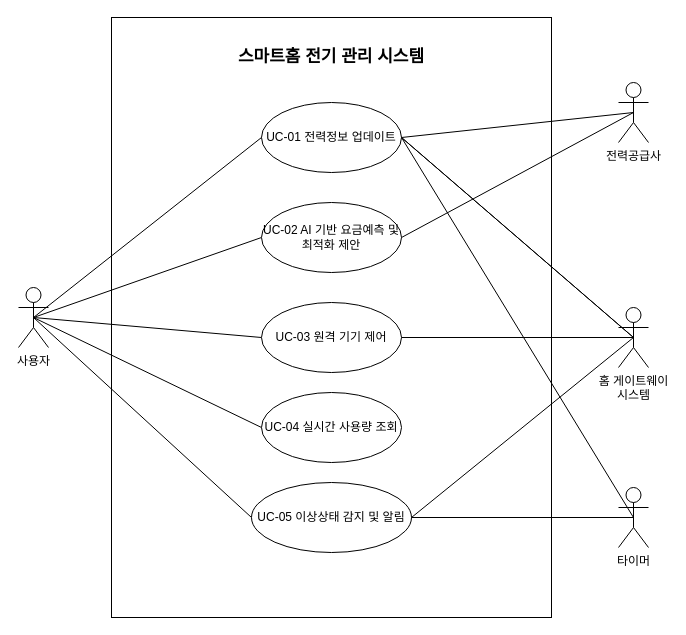
The draw.io diagram page "UseCaseModel - Cloud" (2 of 2) of architecturalDrivers.drawio in GeniusHoon/AssociateArchitect, before the edit. Source tidied: cells renumbered, new cells numbered last; positions are measured from the earlier drawing's top-left corner, leaving out a move shared by most shapes. Both pictures are drawn from the tidied source at 100%, with x=0, y=0 at pixel (18, 17).
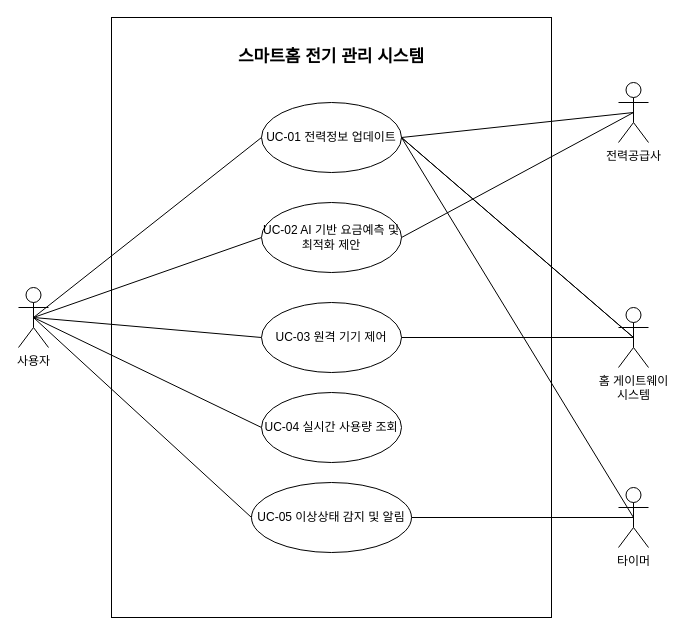
The same page after the edit.

Unchanged cells that the change refers to:
```xml
<mxCell id="10" value="홈 게이트웨이&lt;div&gt;시스템&lt;/div&gt;" style="shape=umlActor;verticalLabelPosition=bottom;verticalAlign=top;html=1;" parent="1" vertex="1">
  <mxGeometry x="600" y="290" width="30" height="60" as="geometry" />
</mxCell>
<mxCell id="17" value="UC-05 이상상태 감지 및 알림" style="ellipse;whiteSpace=wrap;html=1;" parent="1" vertex="1">
  <mxGeometry x="233" y="465" width="160" height="70" as="geometry" />
</mxCell>
```

The edit, as a diff of the source:
```diff
@@
-    <mxCell id="25" style="rounded=0;jettySize=auto;html=1;exitX=1;exitY=0.5;exitDx=0;exitDy=0;entryX=0.5;entryY=0.5;entryDx=0;entryDy=0;entryPerimeter=0;strokeWidth=1;endArrow=none;endFill=0;" parent="1" edge="1" source="17" target="10">
-      <mxGeometry relative="1" as="geometry" />
-    </mxCell>
```
